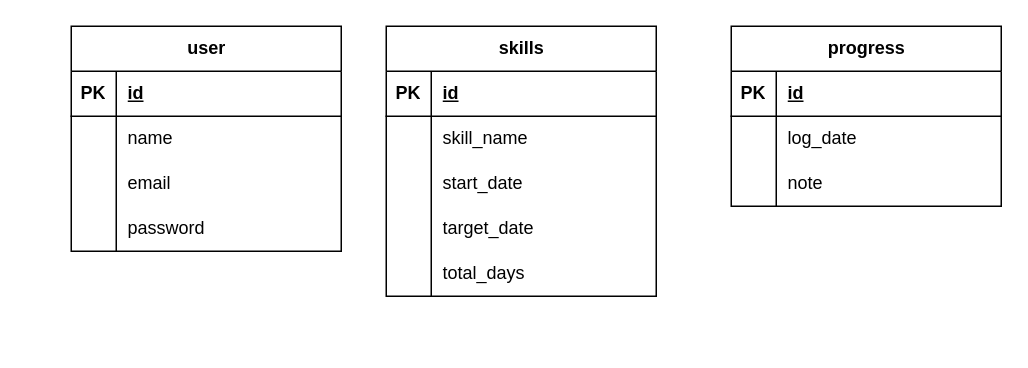
Above: Diagram Tanpa Judul.drawio in hambali-020608/skill-tracer (draw.io), before the change. Source tidied: cells renumbered, new cells numbered last; positions are measured from the earlier drawing's top-left corner, leaving out a move shared by most shapes. Both pictures are drawn from the tidied source at 150%, with x=0, y=0 at pixel (70, 26).
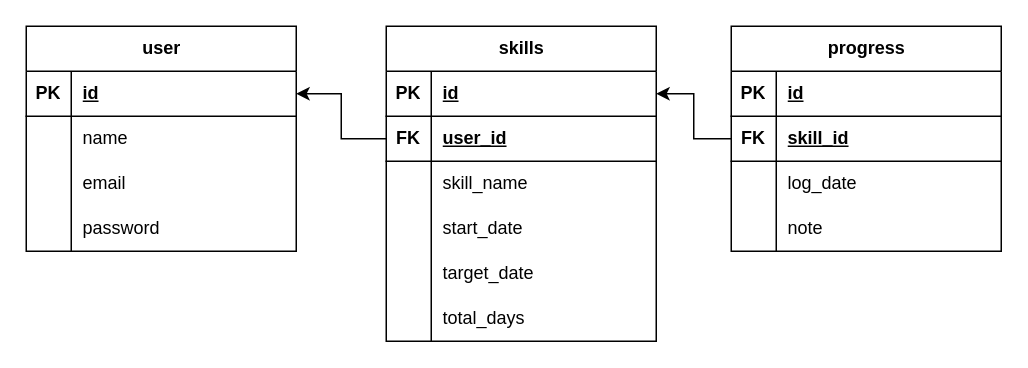
The same page after the edit.

Unchanged cells that the change refers to:
```xml
<mxCell id="3" style="shape=tableRow;horizontal=0;startSize=0;swimlaneHead=0;swimlaneBody=0;fillColor=none;points=[[0,0.5],[1,0.5]];portConstraint=eastwest;top=0;left=0;right=0;bottom=1;" parent="2" vertex="1">
  <mxGeometry y="30" width="180" height="30" as="geometry" />
</mxCell>
<mxCell id="16" style="shape=tableRow;horizontal=0;startSize=0;swimlaneHead=0;swimlaneBody=0;fillColor=none;points=[[0,0.5],[1,0.5]];portConstraint=eastwest;top=0;left=0;right=0;bottom=1;" parent="15" vertex="1">
  <mxGeometry y="30" width="180" height="30" as="geometry" />
</mxCell>
```

What changed in the source:
```diff
@@
     <mxCell id="2" value="user" style="shape=table;startSize=30;childLayout=tableLayout;rowLines=0;fontStyle=1;align=center;html=1;" parent="1" vertex="1">
-      <mxGeometry width="180" height="150" as="geometry" />
+      <mxGeometry x="-30" width="180" height="150" as="geometry" />
     </mxCell>
@@
     <mxCell id="15" value="skills" style="shape=table;startSize=30;childLayout=tableLayout;rowLines=0;fontStyle=1;align=center;html=1;" parent="1" vertex="1">
-      <mxGeometry x="210" width="180" height="180" as="geometry" />
+      <mxGeometry x="210" width="180" height="210" as="geometry" />
     </mxCell>
@@
+    <mxCell id="41" style="shape=tableRow;horizontal=0;startSize=0;swimlaneHead=0;swimlaneBody=0;fillColor=none;points=[[0,0.5],[1,0.5]];portConstraint=eastwest;top=0;left=0;right=0;bottom=1;" parent="15" vertex="1">
+      <mxGeometry y="60" width="180" height="30" as="geometry" />
+    </mxCell>
+    <mxCell id="42" value="FK" style="shape=partialRectangle;fillColor=none;top=0;left=0;bottom=0;right=0;fontStyle=1;overflow=hidden;whiteSpace=wrap;html=1;" parent="41" vertex="1">
+      <mxGeometry width="30" height="30" as="geometry" />
+    </mxCell>
+    <mxCell id="43" value="user_id" style="shape=partialRectangle;fillColor=none;top=0;left=0;bottom=0;right=0;align=left;spacingLeft=6;fontStyle=5;overflow=hidden;whiteSpace=wrap;html=1;" parent="41" vertex="1">
+      <mxGeometry x="30" width="150" height="30" as="geometry" />
+    </mxCell>
     <mxCell id="19" style="shape=tableRow;horizontal=0;startSize=0;swimlaneHead=0;swimlaneBody=0;fillColor=none;top=0;left=0;right=0;bottom=0;" parent="15" vertex="1">
-      <mxGeometry y="60" width="180" height="30" as="geometry" />
+      <mxGeometry y="90" width="180" height="30" as="geometry" />
     </mxCell>
@@
     <mxCell id="22" style="shape=tableRow;horizontal=0;startSize=0;swimlaneHead=0;swimlaneBody=0;fillColor=none;top=0;left=0;right=0;bottom=0;" parent="15" vertex="1">
-      <mxGeometry y="90" width="180" height="30" as="geometry" />
+      <mxGeometry y="120" width="180" height="30" as="geometry" />
     </mxCell>
@@
     <mxCell id="25" style="shape=tableRow;horizontal=0;startSize=0;swimlaneHead=0;swimlaneBody=0;fillColor=none;top=0;left=0;right=0;bottom=0;" parent="15" vertex="1">
-      <mxGeometry y="120" width="180" height="30" as="geometry" />
+      <mxGeometry y="150" width="180" height="30" as="geometry" />
     </mxCell>
@@
     <mxCell id="28" style="shape=tableRow;horizontal=0;startSize=0;swimlaneHead=0;swimlaneBody=0;fillColor=none;top=0;left=0;right=0;bottom=0;" parent="15" vertex="1">
-      <mxGeometry y="150" width="180" height="30" as="geometry" />
+      <mxGeometry y="180" width="180" height="30" as="geometry" />
     </mxCell>
@@
     <mxCell id="31" value="progress" style="shape=table;startSize=30;childLayout=tableLayout;rowLines=0;fontStyle=1;align=center;html=1;" parent="1" vertex="1">
-      <mxGeometry x="440" width="180" height="120" as="geometry" />
+      <mxGeometry x="440" width="180" height="150" as="geometry" />
     </mxCell>
@@
+    <mxCell id="44" style="shape=tableRow;horizontal=0;startSize=0;swimlaneHead=0;swimlaneBody=0;fillColor=none;points=[[0,0.5],[1,0.5]];portConstraint=eastwest;top=0;left=0;right=0;bottom=1;" parent="31" vertex="1">
+      <mxGeometry y="60" width="180" height="30" as="geometry" />
+    </mxCell>
+    <mxCell id="45" value="FK" style="shape=partialRectangle;fillColor=none;top=0;left=0;bottom=0;right=0;fontStyle=1;overflow=hidden;whiteSpace=wrap;html=1;" parent="44" vertex="1">
+      <mxGeometry width="30" height="30" as="geometry" />
+    </mxCell>
+    <mxCell id="46" value="skill_id" style="shape=partialRectangle;fillColor=none;top=0;left=0;bottom=0;right=0;align=left;spacingLeft=6;fontStyle=5;overflow=hidden;whiteSpace=wrap;html=1;" parent="44" vertex="1">
+      <mxGeometry x="30" width="150" height="30" as="geometry" />
+    </mxCell>
     <mxCell id="35" style="shape=tableRow;horizontal=0;startSize=0;swimlaneHead=0;swimlaneBody=0;fillColor=none;top=0;left=0;right=0;bottom=0;" parent="31" vertex="1">
-      <mxGeometry y="60" width="180" height="30" as="geometry" />
+      <mxGeometry y="90" width="180" height="30" as="geometry" />
     </mxCell>
@@
     <mxCell id="38" style="shape=tableRow;horizontal=0;startSize=0;swimlaneHead=0;swimlaneBody=0;fillColor=none;top=0;left=0;right=0;bottom=0;" parent="31" vertex="1">
-      <mxGeometry y="90" width="180" height="30" as="geometry" />
+      <mxGeometry y="120" width="180" height="30" as="geometry" />
     </mxCell>
@@
+    <mxCell id="47" style="edgeStyle=orthogonalEdgeStyle;rounded=0;jettySize=auto;html=1;" parent="1" edge="1" source="44" target="16">
+      <mxGeometry relative="1" as="geometry" />
+    </mxCell>
+    <mxCell id="48" style="edgeStyle=orthogonalEdgeStyle;rounded=0;jettySize=auto;html=1;" parent="1" edge="1" source="41" target="3">
+      <mxGeometry relative="1" as="geometry" />
+    </mxCell>
```
